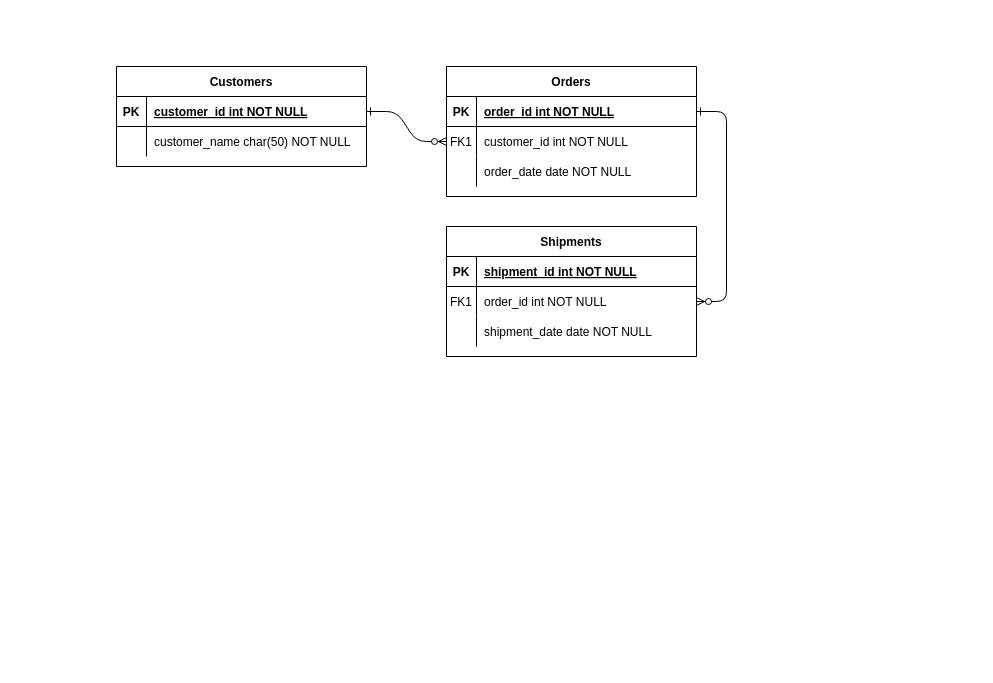
Before: office-imi-pgt-homedepot.drawio in venkat0x1/ER-Diagrams, a draw.io diagram. Source tidied: cells renumbered, new cells numbered last; positions are measured from the earlier drawing's top-left corner, leaving out a move shared by most shapes. Both pictures are drawn from the tidied source at 100%, with x=0, y=0 at pixel (116, 66).
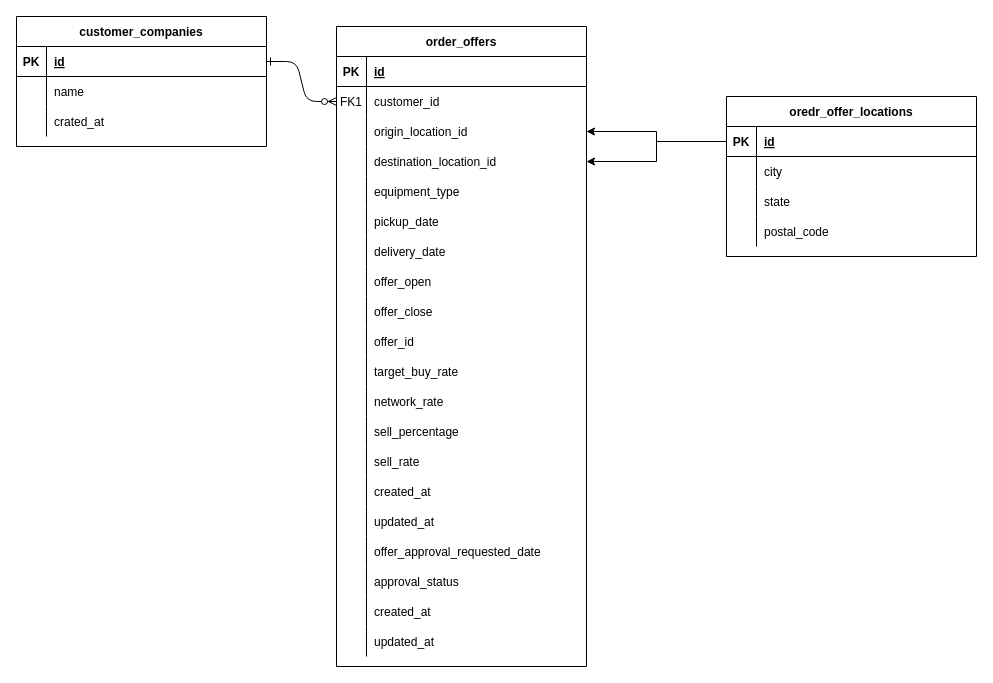
Above is the later version.

The change refers to these unchanged cells:
```xml
<mxCell id="5" style="shape=partialRectangle;fillColor=none;points=[[0,0.5],[1,0.5]];portConstraint=eastwest;top=0;left=0;right=0;bottom=1;" parent="4" vertex="1">
  <mxGeometry y="30" width="250" height="30" as="geometry" />
</mxCell>
<mxCell id="8" style="shape=partialRectangle;fillColor=none;points=[[0,0.5],[1,0.5]];portConstraint=eastwest;top=0;left=0;right=0;bottom=0;" parent="4" vertex="1">
  <mxGeometry y="60" width="250" height="30" as="geometry" />
</mxCell>
<mxCell id="11" style="shape=partialRectangle;fillColor=none;points=[[0,0.5],[1,0.5]];portConstraint=eastwest;top=0;left=0;right=0;bottom=0;" parent="4" vertex="1">
  <mxGeometry y="90" width="250" height="30" as="geometry" />
</mxCell>
<mxCell id="15" style="shape=partialRectangle;fillColor=none;points=[[0,0.5],[1,0.5]];portConstraint=eastwest;top=0;left=0;right=0;bottom=1;" parent="14" vertex="1">
  <mxGeometry y="30" width="250" height="30" as="geometry" />
</mxCell>
```

Diff of the diagram source:
```diff
@@
-    <mxCell id="3" style="edgeStyle=entityRelationEdgeStyle;endArrow=ERzeroToMany;startArrow=ERone;endFill=1;startFill=0;" parent="1" edge="1" source="5" target="18">
-      <mxGeometry relative="1" as="geometry" />
-    </mxCell>
-    <mxCell id="4" value="Orders" style="shape=table;startSize=30;childLayout=tableLayout;rowLines=0;fontStyle=1;align=center;" parent="1" vertex="1">
-      <mxGeometry x="330" width="250" height="130" as="geometry" />
+    <mxCell id="4" value="order_offers" style="shape=table;startSize=30;childLayout=tableLayout;rowLines=0;fontStyle=1;align=center;" parent="1" vertex="1">
+      <mxGeometry x="220" y="-40" width="250" height="640" as="geometry" />
     </mxCell>
@@
-    <mxCell id="7" value="order_id int NOT NULL " style="shape=partialRectangle;overflow=hidden;fillColor=none;top=0;left=0;bottom=0;right=0;align=left;spacingLeft=6;fontStyle=5;" parent="5" vertex="1">
+    <mxCell id="7" value="id" style="shape=partialRectangle;overflow=hidden;fillColor=none;top=0;left=0;bottom=0;right=0;align=left;spacingLeft=6;fontStyle=5;" parent="5" vertex="1">
       <mxGeometry x="30" width="220" height="30" as="geometry" />
     </mxCell>
@@
-    <mxCell id="10" value="customer_id int NOT NULL" style="shape=partialRectangle;overflow=hidden;fillColor=none;top=0;left=0;bottom=0;right=0;align=left;spacingLeft=6;" parent="8" vertex="1">
+    <mxCell id="10" value="customer_id" style="shape=partialRectangle;overflow=hidden;fillColor=none;top=0;left=0;bottom=0;right=0;align=left;spacingLeft=6;" parent="8" vertex="1">
       <mxGeometry x="30" width="220" height="30" as="geometry" />
     </mxCell>
@@
-    <mxCell id="13" value="order_date date NOT NULL" style="shape=partialRectangle;overflow=hidden;fillColor=none;top=0;left=0;bottom=0;right=0;align=left;spacingLeft=6;" parent="11" vertex="1">
+    <mxCell id="13" value="origin_location_id" style="shape=partialRectangle;overflow=hidden;fillColor=none;top=0;left=0;bottom=0;right=0;align=left;spacingLeft=6;" parent="11" vertex="1">
       <mxGeometry x="30" width="220" height="30" as="geometry" />
     </mxCell>
+    <mxCell id="31" style="shape=partialRectangle;fillColor=none;points=[[0,0.5],[1,0.5]];portConstraint=eastwest;top=0;left=0;right=0;bottom=0;" parent="4" vertex="1">
+      <mxGeometry y="120" width="250" height="30" as="geometry" />
+    </mxCell>
+    <mxCell id="32" style="shape=partialRectangle;overflow=hidden;fillColor=none;top=0;left=0;bottom=0;right=0;" parent="31" vertex="1">
+      <mxGeometry width="30" height="30" as="geometry" />
+    </mxCell>
+    <mxCell id="33" value="destination_location_id" style="shape=partialRectangle;overflow=hidden;fillColor=none;top=0;left=0;bottom=0;right=0;align=left;spacingLeft=6;" parent="31" vertex="1">
+      <mxGeometry x="30" width="220" height="30" as="geometry" />
+    </mxCell>
+    <mxCell id="34" style="shape=partialRectangle;fillColor=none;top=0;left=0;right=0;bottom=0;" parent="4" vertex="1">
+      <mxGeometry y="150" width="250" height="30" as="geometry" />
+    </mxCell>
+    <mxCell id="35" style="shape=partialRectangle;overflow=hidden;fillColor=none;top=0;left=0;bottom=0;right=0;" parent="34" vertex="1">
+      <mxGeometry width="30" height="30" as="geometry" />
+    </mxCell>
+    <mxCell id="36" value="equipment_type" style="shape=partialRectangle;overflow=hidden;fillColor=none;top=0;left=0;bottom=0;right=0;align=left;spacingLeft=6;" parent="34" vertex="1">
+      <mxGeometry x="30" width="220" height="30" as="geometry" />
+    </mxCell>
+    <mxCell id="37" style="shape=partialRectangle;fillColor=none;top=0;left=0;right=0;bottom=0;" parent="4" vertex="1">
+      <mxGeometry y="180" width="250" height="30" as="geometry" />
+    </mxCell>
+    <mxCell id="38" style="shape=partialRectangle;overflow=hidden;fillColor=none;top=0;left=0;bottom=0;right=0;" parent="37" vertex="1">
+      <mxGeometry width="30" height="30" as="geometry" />
+    </mxCell>
+    <mxCell id="39" value="pickup_date" style="shape=partialRectangle;overflow=hidden;fillColor=none;top=0;left=0;bottom=0;right=0;align=left;spacingLeft=6;" parent="37" vertex="1">
+      <mxGeometry x="30" width="220" height="30" as="geometry" />
+    </mxCell>
+    <mxCell id="40" style="shape=partialRectangle;fillColor=none;top=0;left=0;right=0;bottom=0;" parent="4" vertex="1">
+      <mxGeometry y="210" width="250" height="30" as="geometry" />
+    </mxCell>
+    <mxCell id="41" style="shape=partialRectangle;overflow=hidden;fillColor=none;top=0;left=0;bottom=0;right=0;" parent="40" vertex="1">
+      <mxGeometry width="30" height="30" as="geometry" />
+    </mxCell>
+    <mxCell id="42" value="delivery_date" style="shape=partialRectangle;overflow=hidden;fillColor=none;top=0;left=0;bottom=0;right=0;align=left;spacingLeft=6;" parent="40" vertex="1">
+      <mxGeometry x="30" width="220" height="30" as="geometry" />
+    </mxCell>
+    <mxCell id="43" style="shape=partialRectangle;fillColor=none;top=0;left=0;right=0;bottom=0;" parent="4" vertex="1">
+      <mxGeometry y="240" width="250" height="30" as="geometry" />
+    </mxCell>
+    <mxCell id="44" style="shape=partialRectangle;overflow=hidden;fillColor=none;top=0;left=0;bottom=0;right=0;" parent="43" vertex="1">
+      <mxGeometry width="30" height="30" as="geometry" />
+    </mxCell>
+    <mxCell id="45" value="offer_open" style="shape=partialRectangle;overflow=hidden;fillColor=none;top=0;left=0;bottom=0;right=0;align=left;spacingLeft=6;" parent="43" vertex="1">
+      <mxGeometry x="30" width="220" height="30" as="geometry" />
+    </mxCell>
+    <mxCell id="46" style="shape=partialRectangle;fillColor=none;top=0;left=0;right=0;bottom=0;" parent="4" vertex="1">
+      <mxGeometry y="270" width="250" height="30" as="geometry" />
+    </mxCell>
+    <mxCell id="47" style="shape=partialRectangle;overflow=hidden;fillColor=none;top=0;left=0;bottom=0;right=0;" parent="46" vertex="1">
+      <mxGeometry width="30" height="30" as="geometry" />
+    </mxCell>
+    <mxCell id="48" value="offer_close" style="shape=partialRectangle;overflow=hidden;fillColor=none;top=0;left=0;bottom=0;right=0;align=left;spacingLeft=6;" parent="46" vertex="1">
+      <mxGeometry x="30" width="220" height="30" as="geometry" />
+    </mxCell>
+    <mxCell id="49" style="shape=partialRectangle;fillColor=none;top=0;left=0;right=0;bottom=0;" parent="4" vertex="1">
+      <mxGeometry y="300" width="250" height="30" as="geometry" />
+    </mxCell>
+    <mxCell id="50" style="shape=partialRectangle;overflow=hidden;fillColor=none;top=0;left=0;bottom=0;right=0;" parent="49" vertex="1">
+      <mxGeometry width="30" height="30" as="geometry" />
+    </mxCell>
+    <mxCell id="51" value="offer_id" style="shape=partialRectangle;overflow=hidden;fillColor=none;top=0;left=0;bottom=0;right=0;align=left;spacingLeft=6;" parent="49" vertex="1">
+      <mxGeometry x="30" width="220" height="30" as="geometry" />
+    </mxCell>
+    <mxCell id="52" style="shape=partialRectangle;fillColor=none;top=0;left=0;right=0;bottom=0;" parent="4" vertex="1">
+      <mxGeometry y="330" width="250" height="30" as="geometry" />
+    </mxCell>
+    <mxCell id="53" style="shape=partialRectangle;overflow=hidden;fillColor=none;top=0;left=0;bottom=0;right=0;" parent="52" vertex="1">
+      <mxGeometry width="30" height="30" as="geometry" />
+    </mxCell>
+    <mxCell id="54" value="target_buy_rate" style="shape=partialRectangle;overflow=hidden;fillColor=none;top=0;left=0;bottom=0;right=0;align=left;spacingLeft=6;" parent="52" vertex="1">
+      <mxGeometry x="30" width="220" height="30" as="geometry" />
+    </mxCell>
+    <mxCell id="55" style="shape=partialRectangle;fillColor=none;top=0;left=0;right=0;bottom=0;" parent="4" vertex="1">
+      <mxGeometry y="360" width="250" height="30" as="geometry" />
+    </mxCell>
+    <mxCell id="56" style="shape=partialRectangle;overflow=hidden;fillColor=none;top=0;left=0;bottom=0;right=0;" parent="55" vertex="1">
+      <mxGeometry width="30" height="30" as="geometry" />
+    </mxCell>
+    <mxCell id="57" value="network_rate" style="shape=partialRectangle;overflow=hidden;fillColor=none;top=0;left=0;bottom=0;right=0;align=left;spacingLeft=6;" parent="55" vertex="1">
+      <mxGeometry x="30" width="220" height="30" as="geometry" />
+    </mxCell>
+    <mxCell id="58" style="shape=partialRectangle;fillColor=none;top=0;left=0;right=0;bottom=0;" parent="4" vertex="1">
+      <mxGeometry y="390" width="250" height="30" as="geometry" />
+    </mxCell>
+    <mxCell id="59" style="shape=partialRectangle;overflow=hidden;fillColor=none;top=0;left=0;bottom=0;right=0;" parent="58" vertex="1">
+      <mxGeometry width="30" height="30" as="geometry" />
+    </mxCell>
+    <mxCell id="60" value="sell_percentage" style="shape=partialRectangle;overflow=hidden;fillColor=none;top=0;left=0;bottom=0;right=0;align=left;spacingLeft=6;" parent="58" vertex="1">
+      <mxGeometry x="30" width="220" height="30" as="geometry" />
+    </mxCell>
+    <mxCell id="61" style="shape=partialRectangle;fillColor=none;top=0;left=0;right=0;bottom=0;" parent="4" vertex="1">
+      <mxGeometry y="420" width="250" height="30" as="geometry" />
+    </mxCell>
+    <mxCell id="62" style="shape=partialRectangle;overflow=hidden;fillColor=none;top=0;left=0;bottom=0;right=0;" parent="61" vertex="1">
+      <mxGeometry width="30" height="30" as="geometry" />
+    </mxCell>
+    <mxCell id="63" value="sell_rate" style="shape=partialRectangle;overflow=hidden;fillColor=none;top=0;left=0;bottom=0;right=0;align=left;spacingLeft=6;" parent="61" vertex="1">
+      <mxGeometry x="30" width="220" height="30" as="geometry" />
+    </mxCell>
+    <mxCell id="64" style="shape=partialRectangle;fillColor=none;top=0;left=0;right=0;bottom=0;" parent="4" vertex="1">
+      <mxGeometry y="450" width="250" height="30" as="geometry" />
+    </mxCell>
+    <mxCell id="65" style="shape=partialRectangle;overflow=hidden;fillColor=none;top=0;left=0;bottom=0;right=0;" parent="64" vertex="1">
+      <mxGeometry width="30" height="30" as="geometry" />
+    </mxCell>
+    <mxCell id="66" value="created_at" style="shape=partialRectangle;overflow=hidden;fillColor=none;top=0;left=0;bottom=0;right=0;align=left;spacingLeft=6;" parent="64" vertex="1">
+      <mxGeometry x="30" width="220" height="30" as="geometry" />
+    </mxCell>
+    <mxCell id="67" style="shape=partialRectangle;fillColor=none;top=0;left=0;right=0;bottom=0;" parent="4" vertex="1">
+      <mxGeometry y="480" width="250" height="30" as="geometry" />
+    </mxCell>
+    <mxCell id="68" style="shape=partialRectangle;overflow=hidden;fillColor=none;top=0;left=0;bottom=0;right=0;" parent="67" vertex="1">
+      <mxGeometry width="30" height="30" as="geometry" />
+    </mxCell>
+    <mxCell id="69" value="updated_at" style="shape=partialRectangle;overflow=hidden;fillColor=none;top=0;left=0;bottom=0;right=0;align=left;spacingLeft=6;" parent="67" vertex="1">
+      <mxGeometry x="30" width="220" height="30" as="geometry" />
+    </mxCell>
+    <mxCell id="70" style="shape=partialRectangle;fillColor=none;top=0;left=0;right=0;bottom=0;" parent="4" vertex="1">
+      <mxGeometry y="510" width="250" height="30" as="geometry" />
+    </mxCell>
+    <mxCell id="71" style="shape=partialRectangle;overflow=hidden;fillColor=none;top=0;left=0;bottom=0;right=0;" parent="70" vertex="1">
+      <mxGeometry width="30" height="30" as="geometry" />
+    </mxCell>
+    <mxCell id="72" value="offer_approval_requested_date" style="shape=partialRectangle;overflow=hidden;fillColor=none;top=0;left=0;bottom=0;right=0;align=left;spacingLeft=6;" parent="70" vertex="1">
+      <mxGeometry x="30" width="220" height="30" as="geometry" />
+    </mxCell>
+    <mxCell id="73" style="shape=partialRectangle;fillColor=none;top=0;left=0;right=0;bottom=0;" parent="4" vertex="1">
+      <mxGeometry y="540" width="250" height="30" as="geometry" />
+    </mxCell>
+    <mxCell id="74" style="shape=partialRectangle;overflow=hidden;fillColor=none;top=0;left=0;bottom=0;right=0;" parent="73" vertex="1">
+      <mxGeometry width="30" height="30" as="geometry" />
+    </mxCell>
+    <mxCell id="75" value="approval_status" style="shape=partialRectangle;overflow=hidden;fillColor=none;top=0;left=0;bottom=0;right=0;align=left;spacingLeft=6;" parent="73" vertex="1">
+      <mxGeometry x="30" width="220" height="30" as="geometry" />
+    </mxCell>
+    <mxCell id="76" style="shape=partialRectangle;fillColor=none;top=0;left=0;right=0;bottom=0;" parent="4" vertex="1">
+      <mxGeometry y="570" width="250" height="30" as="geometry" />
+    </mxCell>
+    <mxCell id="77" style="shape=partialRectangle;overflow=hidden;fillColor=none;top=0;left=0;bottom=0;right=0;" parent="76" vertex="1">
+      <mxGeometry width="30" height="30" as="geometry" />
+    </mxCell>
+    <mxCell id="78" value="created_at" style="shape=partialRectangle;overflow=hidden;fillColor=none;top=0;left=0;bottom=0;right=0;align=left;spacingLeft=6;" parent="76" vertex="1">
+      <mxGeometry x="30" width="220" height="30" as="geometry" />
+    </mxCell>
+    <mxCell id="79" style="shape=partialRectangle;fillColor=none;top=0;left=0;right=0;bottom=0;" parent="4" vertex="1">
+      <mxGeometry y="600" width="250" height="30" as="geometry" />
+    </mxCell>
+    <mxCell id="80" style="shape=partialRectangle;overflow=hidden;fillColor=none;top=0;left=0;bottom=0;right=0;" parent="79" vertex="1">
+      <mxGeometry width="30" height="30" as="geometry" />
+    </mxCell>
+    <mxCell id="81" value="updated_at" style="shape=partialRectangle;overflow=hidden;fillColor=none;top=0;left=0;bottom=0;right=0;align=left;spacingLeft=6;" parent="79" vertex="1">
+      <mxGeometry x="30" width="220" height="30" as="geometry" />
+    </mxCell>
+    <mxCell id="24" value="customer_companies" style="shape=table;startSize=30;childLayout=tableLayout;rowLines=0;fontStyle=1;align=center;" parent="1" vertex="1">
+      <mxGeometry x="-100" y="-50" width="250" height="130" as="geometry" />
+    </mxCell>
+    <mxCell id="25" style="shape=partialRectangle;fillColor=none;points=[[0,0.5],[1,0.5]];portConstraint=eastwest;top=0;left=0;right=0;bottom=1;" parent="24" vertex="1">
+      <mxGeometry y="30" width="250" height="30" as="geometry" />
+    </mxCell>
+    <mxCell id="26" value="PK" style="shape=partialRectangle;overflow=hidden;fillColor=none;top=0;left=0;bottom=0;right=0;fontStyle=1;" parent="25" vertex="1">
+      <mxGeometry width="30" height="30" as="geometry" />
+    </mxCell>
+    <mxCell id="27" value="id" style="shape=partialRectangle;overflow=hidden;fillColor=none;top=0;left=0;bottom=0;right=0;align=left;spacingLeft=6;fontStyle=5;" parent="25" vertex="1">
+      <mxGeometry x="30" width="220" height="30" as="geometry" />
+    </mxCell>
+    <mxCell id="82" style="shape=partialRectangle;fillColor=none;top=0;left=0;right=0;bottom=0;" parent="24" vertex="1">
+      <mxGeometry y="60" width="250" height="30" as="geometry" />
+    </mxCell>
+    <mxCell id="83" style="shape=partialRectangle;overflow=hidden;fillColor=none;top=0;left=0;bottom=0;right=0;" parent="82" vertex="1">
+      <mxGeometry width="30" height="30" as="geometry" />
+    </mxCell>
+    <mxCell id="84" value="name" style="shape=partialRectangle;overflow=hidden;fillColor=none;top=0;left=0;bottom=0;right=0;align=left;spacingLeft=6;" parent="82" vertex="1">
+      <mxGeometry x="30" width="220" height="30" as="geometry" />
+    </mxCell>
+    <mxCell id="85" style="shape=partialRectangle;fillColor=none;top=0;left=0;right=0;bottom=0;" parent="24" vertex="1">
+      <mxGeometry y="90" width="250" height="30" as="geometry" />
+    </mxCell>
+    <mxCell id="86" style="shape=partialRectangle;overflow=hidden;fillColor=none;top=0;left=0;bottom=0;right=0;" parent="85" vertex="1">
+      <mxGeometry width="30" height="30" as="geometry" />
+    </mxCell>
+    <mxCell id="87" value="crated_at" style="shape=partialRectangle;overflow=hidden;fillColor=none;top=0;left=0;bottom=0;right=0;align=left;spacingLeft=6;" parent="85" vertex="1">
+      <mxGeometry x="30" width="220" height="30" as="geometry" />
+    </mxCell>
-    <mxCell id="14" value="Shipments" style="shape=table;startSize=30;childLayout=tableLayout;rowLines=0;fontStyle=1;align=center;" parent="1" vertex="1">
-      <mxGeometry x="330" y="160" width="250" height="130" as="geometry" />
+    <mxCell id="14" value="oredr_offer_locations" style="shape=table;startSize=30;childLayout=tableLayout;rowLines=0;fontStyle=1;align=center;" parent="1" vertex="1">
+      <mxGeometry x="610" y="30" width="250" height="160" as="geometry" />
     </mxCell>
@@
-    <mxCell id="17" value="shipment_id int NOT NULL " style="shape=partialRectangle;overflow=hidden;fillColor=none;top=0;left=0;bottom=0;right=0;align=left;spacingLeft=6;fontStyle=5;" parent="15" vertex="1">
+    <mxCell id="17" value="id" style="shape=partialRectangle;overflow=hidden;fillColor=none;top=0;left=0;bottom=0;right=0;align=left;spacingLeft=6;fontStyle=5;" parent="15" vertex="1">
       <mxGeometry x="30" width="220" height="30" as="geometry" />
     </mxCell>
-    <mxCell id="18" style="shape=partialRectangle;fillColor=none;points=[[0,0.5],[1,0.5]];portConstraint=eastwest;top=0;left=0;right=0;bottom=0;" parent="14" vertex="1">
-      <mxGeometry y="60" width="250" height="30" as="geometry" />
-    </mxCell>
-    <mxCell id="19" value="FK1" style="shape=partialRectangle;overflow=hidden;fillColor=none;top=0;left=0;bottom=0;right=0;" parent="18" vertex="1">
-      <mxGeometry width="30" height="30" as="geometry" />
-    </mxCell>
-    <mxCell id="20" value="order_id int NOT NULL" style="shape=partialRectangle;overflow=hidden;fillColor=none;top=0;left=0;bottom=0;right=0;align=left;spacingLeft=6;" parent="18" vertex="1">
-      <mxGeometry x="30" width="220" height="30" as="geometry" />
-    </mxCell>
     <mxCell id="21" style="shape=partialRectangle;fillColor=none;top=0;left=0;right=0;bottom=0;" parent="14" vertex="1">
-      <mxGeometry y="90" width="250" height="30" as="geometry" />
+      <mxGeometry y="60" width="250" height="30" as="geometry" />
     </mxCell>
@@
-    <mxCell id="23" value="shipment_date date NOT NULL" style="shape=partialRectangle;overflow=hidden;fillColor=none;top=0;left=0;bottom=0;right=0;align=left;spacingLeft=6;" parent="21" vertex="1">
+    <mxCell id="23" value="city" style="shape=partialRectangle;overflow=hidden;fillColor=none;top=0;left=0;bottom=0;right=0;align=left;spacingLeft=6;" parent="21" vertex="1">
       <mxGeometry x="30" width="220" height="30" as="geometry" />
     </mxCell>
-    <mxCell id="24" value="Customers" style="shape=table;startSize=30;childLayout=tableLayout;rowLines=0;fontStyle=1;align=center;" parent="1" vertex="1">
-      <mxGeometry width="250" height="100" as="geometry" />
-    </mxCell>
-    <mxCell id="25" style="shape=partialRectangle;fillColor=none;points=[[0,0.5],[1,0.5]];portConstraint=eastwest;top=0;left=0;right=0;bottom=1;" parent="24" vertex="1">
-      <mxGeometry y="30" width="250" height="30" as="geometry" />
-    </mxCell>
-    <mxCell id="26" value="PK" style="shape=partialRectangle;overflow=hidden;fillColor=none;top=0;left=0;bottom=0;right=0;fontStyle=1;" parent="25" vertex="1">
-      <mxGeometry width="30" height="30" as="geometry" />
-    </mxCell>
-    <mxCell id="27" value="customer_id int NOT NULL " style="shape=partialRectangle;overflow=hidden;fillColor=none;top=0;left=0;bottom=0;right=0;align=left;spacingLeft=6;fontStyle=5;" parent="25" vertex="1">
-      <mxGeometry x="30" width="220" height="30" as="geometry" />
-    </mxCell>
-    <mxCell id="28" style="shape=partialRectangle;fillColor=none;top=0;left=0;right=0;bottom=0;" parent="24" vertex="1">
-      <mxGeometry y="60" width="250" height="30" as="geometry" />
-    </mxCell>
-    <mxCell id="29" style="shape=partialRectangle;overflow=hidden;fillColor=none;top=0;left=0;bottom=0;right=0;" parent="28" vertex="1">
-      <mxGeometry width="30" height="30" as="geometry" />
-    </mxCell>
-    <mxCell id="30" value="customer_name char(50) NOT NULL" style="shape=partialRectangle;overflow=hidden;fillColor=none;top=0;left=0;bottom=0;right=0;align=left;spacingLeft=6;" parent="28" vertex="1">
-      <mxGeometry x="30" width="220" height="30" as="geometry" />
-    </mxCell>
+    <mxCell id="88" style="shape=partialRectangle;fillColor=none;top=0;left=0;right=0;bottom=0;" parent="14" vertex="1">
+      <mxGeometry y="90" width="250" height="30" as="geometry" />
+    </mxCell>
+    <mxCell id="89" style="shape=partialRectangle;overflow=hidden;fillColor=none;top=0;left=0;bottom=0;right=0;" parent="88" vertex="1">
+      <mxGeometry width="30" height="30" as="geometry" />
+    </mxCell>
+    <mxCell id="90" value="state" style="shape=partialRectangle;overflow=hidden;fillColor=none;top=0;left=0;bottom=0;right=0;align=left;spacingLeft=6;" parent="88" vertex="1">
+      <mxGeometry x="30" width="220" height="30" as="geometry" />
+    </mxCell>
+    <mxCell id="91" style="shape=partialRectangle;fillColor=none;top=0;left=0;right=0;bottom=0;" parent="14" vertex="1">
+      <mxGeometry y="120" width="250" height="30" as="geometry" />
+    </mxCell>
+    <mxCell id="92" style="shape=partialRectangle;overflow=hidden;fillColor=none;top=0;left=0;bottom=0;right=0;" parent="91" vertex="1">
+      <mxGeometry width="30" height="30" as="geometry" />
+    </mxCell>
+    <mxCell id="93" value="postal_code" style="shape=partialRectangle;overflow=hidden;fillColor=none;top=0;left=0;bottom=0;right=0;align=left;spacingLeft=6;" parent="91" vertex="1">
+      <mxGeometry x="30" width="220" height="30" as="geometry" />
+    </mxCell>
+    <mxCell id="94" style="edgeStyle=orthogonalEdgeStyle;rounded=0;jettySize=auto;html=1;exitX=0;exitY=0.5;exitDx=0;exitDy=0;entryX=1;entryY=0.5;entryDx=0;entryDy=0;" parent="1" edge="1" source="15" target="11">
+      <mxGeometry relative="1" as="geometry" />
+    </mxCell>
+    <mxCell id="95" style="edgeStyle=orthogonalEdgeStyle;rounded=0;jettySize=auto;html=1;exitX=0;exitY=0.5;exitDx=0;exitDy=0;entryX=1;entryY=0.5;entryDx=0;entryDy=0;" parent="1" edge="1" source="15" target="31">
+      <mxGeometry relative="1" as="geometry" />
+    </mxCell>
```
